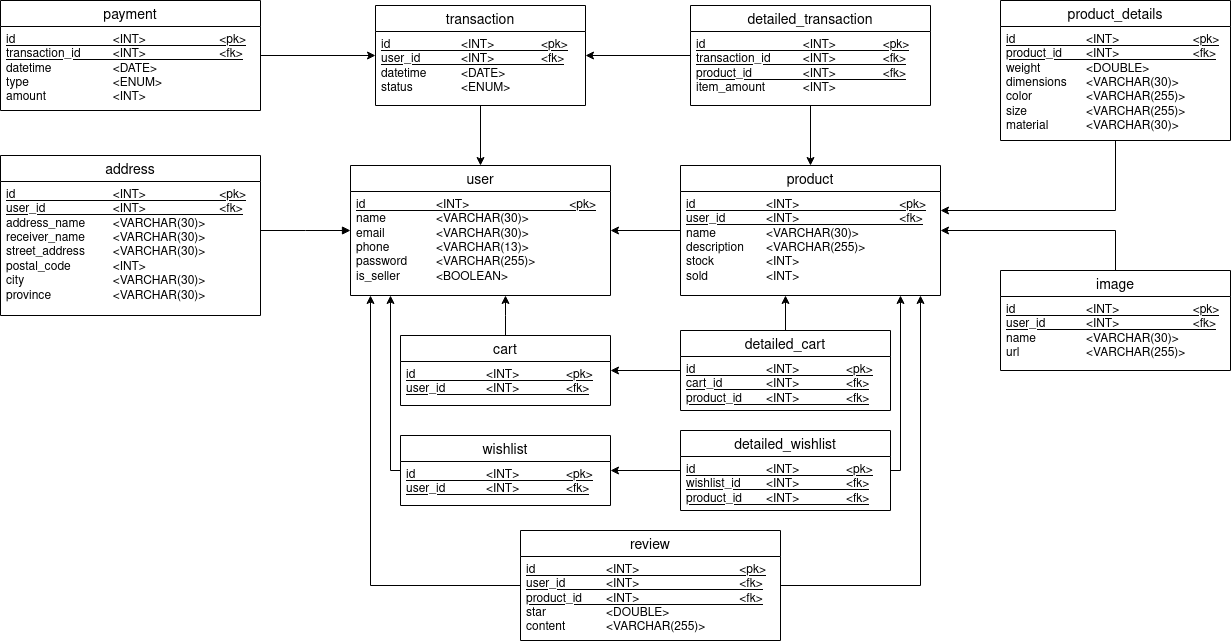
borednuna/NusantaraStore051_BE keeps this draw.io diagram as img/NusantaraStore051_PDM.drawio.png. Above is the earlier version. Source tidied: cells renumbered, new cells last; positions are measured from the earlier drawing's top-left corner, leaving out a move shared by most shapes.
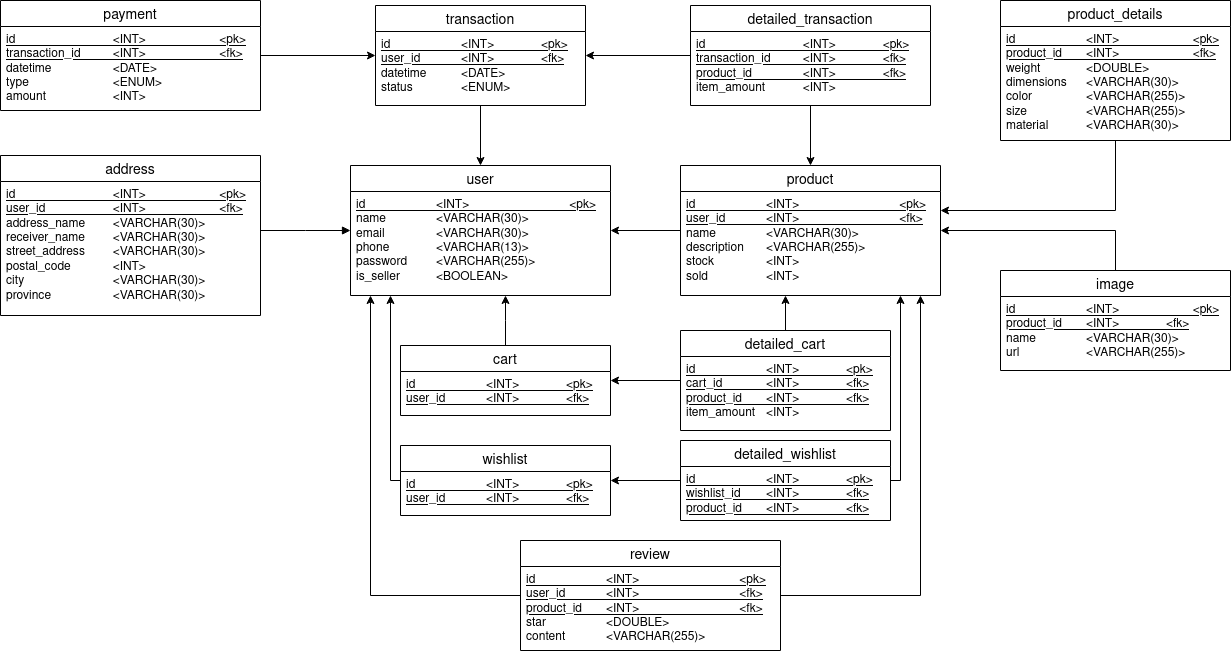
The same file after the commit.

What changed in the source:
```diff
@@ -72,7 +72,7 @@
     <mxCell id="23" value="image" style="swimlane;fontStyle=0;horizontal=1;startSize=26;align=center;fontSize=14;" parent="1" vertex="1">
       <mxGeometry x="1000" y="270" width="230" height="100" as="geometry" />
     </mxCell>
-    <mxCell id="24" value="&lt;div&gt;&lt;u&gt;id&lt;span style=&quot;white-space: pre;&quot;&gt;&#9;&lt;/span&gt;&lt;span style=&quot;white-space: pre;&quot;&gt;&#9;&lt;/span&gt;&lt;span style=&quot;white-space: pre;&quot;&gt;&#9;&lt;/span&gt;&amp;lt;INT&amp;gt;&lt;span style=&quot;white-space: pre;&quot;&gt;&#9;&lt;/span&gt;&lt;span style=&quot;white-space: pre;&quot;&gt;&#9;&lt;/span&gt;&lt;span style=&quot;white-space: pre;&quot;&gt;&#9;&lt;/span&gt;&amp;lt;pk&amp;gt;&lt;/u&gt;&lt;/div&gt;&lt;div&gt;&lt;u&gt;user_id&lt;span style=&quot;white-space: pre;&quot;&gt;&#9;&lt;/span&gt;&lt;span style=&quot;white-space: pre;&quot;&gt;&#9;&lt;/span&gt;&amp;lt;INT&amp;gt;&lt;span style=&quot;white-space: pre;&quot;&gt;&#9;&lt;/span&gt;&lt;span style=&quot;white-space: pre;&quot;&gt;&#9;&lt;/span&gt;&lt;span style=&quot;white-space: pre;&quot;&gt;&#9;&lt;/span&gt;&amp;lt;fk&amp;gt;&lt;/u&gt;&lt;/div&gt;&lt;div&gt;name&lt;span style=&quot;white-space: pre;&quot;&gt;&#9;&lt;/span&gt;&lt;span style=&quot;white-space: pre;&quot;&gt;&#9;&lt;/span&gt;&amp;lt;VARCHAR(30)&amp;gt;&lt;/div&gt;&lt;div&gt;url&lt;span style=&quot;white-space: pre;&quot;&gt;&#9;&lt;/span&gt;&lt;span style=&quot;white-space: pre;&quot;&gt;&#9;&lt;/span&gt;&lt;span style=&quot;white-space: pre;&quot;&gt;&#9;&lt;/span&gt;&amp;lt;VARCHAR(255)&amp;gt;&lt;br&gt;&lt;/div&gt;" style="text;strokeColor=none;fillColor=none;spacingLeft=4;spacingRight=4;overflow=hidden;fontSize=12;whiteSpace=wrap;html=1;" parent="23" vertex="1">
+    <mxCell id="24" value="&lt;div&gt;&lt;u&gt;id&lt;span style=&quot;white-space: pre;&quot;&gt;&#9;&lt;/span&gt;&lt;span style=&quot;white-space: pre;&quot;&gt;&#9;&lt;/span&gt;&lt;span style=&quot;white-space: pre;&quot;&gt;&#9;&lt;/span&gt;&amp;lt;INT&amp;gt;&lt;span style=&quot;white-space: pre;&quot;&gt;&#9;&lt;/span&gt;&lt;span style=&quot;white-space: pre;&quot;&gt;&#9;&lt;/span&gt;&lt;span style=&quot;white-space: pre;&quot;&gt;&#9;&lt;/span&gt;&amp;lt;pk&amp;gt;&lt;/u&gt;&lt;/div&gt;&lt;div&gt;&lt;u&gt;product_id&lt;span style=&quot;white-space: pre;&quot;&gt;&#9;&lt;/span&gt;&amp;lt;INT&amp;gt;&lt;span style=&quot;white-space: pre;&quot;&gt;&#9;&lt;/span&gt;&lt;span style=&quot;white-space: pre;&quot;&gt;&#9;&lt;/span&gt;&amp;lt;fk&amp;gt;&lt;/u&gt;&lt;/div&gt;&lt;div&gt;name&lt;span style=&quot;white-space: pre;&quot;&gt;&#9;&lt;/span&gt;&lt;span style=&quot;white-space: pre;&quot;&gt;&#9;&lt;/span&gt;&amp;lt;VARCHAR(30)&amp;gt;&lt;/div&gt;&lt;div&gt;url&lt;span style=&quot;white-space: pre;&quot;&gt;&#9;&lt;/span&gt;&lt;span style=&quot;white-space: pre;&quot;&gt;&#9;&lt;/span&gt;&lt;span style=&quot;white-space: pre;&quot;&gt;&#9;&lt;/span&gt;&amp;lt;VARCHAR(255)&amp;gt;&lt;br&gt;&lt;/div&gt;" style="text;strokeColor=none;fillColor=none;spacingLeft=4;spacingRight=4;overflow=hidden;fontSize=12;whiteSpace=wrap;html=1;" parent="23" vertex="1">
       <mxGeometry y="26" width="230" height="74" as="geometry" />
     </mxCell>
     <mxCell id="25" style="endArrow=classic;html=1;rounded=0;edgeStyle=orthogonalEdgeStyle;" parent="1" edge="1" source="23" target="13">
@@ -83,16 +83,16 @@
       </mxGeometry>
     </mxCell>
     <mxCell id="26" value="cart" style="swimlane;fontStyle=0;horizontal=1;startSize=26;align=center;fontSize=14;" parent="1" vertex="1">
-      <mxGeometry x="400" y="335" width="210" height="70" as="geometry" />
+      <mxGeometry x="400" y="345" width="210" height="70" as="geometry" />
     </mxCell>
     <mxCell id="27" value="&lt;div&gt;&lt;u&gt;id&lt;span style=&quot;white-space: pre;&quot;&gt;&#9;&lt;/span&gt;&lt;span style=&quot;white-space: pre;&quot;&gt;&#9;&lt;/span&gt;&lt;span style=&quot;white-space: pre;&quot;&gt;&#9;&lt;/span&gt;&amp;lt;INT&amp;gt;&lt;span style=&quot;white-space: pre;&quot;&gt;&#9;&lt;/span&gt;&lt;span style=&quot;white-space: pre;&quot;&gt;&#9;&lt;/span&gt;&amp;lt;pk&amp;gt;&lt;/u&gt;&lt;/div&gt;&lt;u&gt;user_id&lt;span style=&quot;white-space: pre;&quot;&gt;&#9;&lt;span style=&quot;white-space: pre;&quot;&gt;&#9;&lt;/span&gt;&amp;lt;INT&amp;gt;&lt;span style=&quot;white-space: pre;&quot;&gt;&#9;&lt;/span&gt;&lt;span style=&quot;white-space: pre;&quot;&gt;&#9;&lt;/span&gt;&amp;lt;fk&amp;gt;&lt;/span&gt;&lt;/u&gt;" style="text;strokeColor=none;fillColor=none;spacingLeft=4;spacingRight=4;overflow=hidden;fontSize=12;whiteSpace=wrap;html=1;" parent="26" vertex="1">
       <mxGeometry y="26" width="210" height="44" as="geometry" />
     </mxCell>
     <mxCell id="28" value="detailed_cart" style="swimlane;fontStyle=0;horizontal=1;startSize=26;align=center;fontSize=14;" parent="1" vertex="1">
-      <mxGeometry x="680" y="330" width="210" height="80" as="geometry" />
+      <mxGeometry x="680" y="330" width="210" height="100" as="geometry" />
     </mxCell>
-    <mxCell id="29" value="&lt;div&gt;&lt;u&gt;id&lt;span style=&quot;white-space: pre;&quot;&gt;&#9;&lt;/span&gt;&lt;span style=&quot;white-space: pre;&quot;&gt;&#9;&lt;/span&gt;&lt;span style=&quot;white-space: pre;&quot;&gt;&#9;&lt;/span&gt;&amp;lt;INT&amp;gt;&lt;span style=&quot;white-space: pre;&quot;&gt;&#9;&lt;/span&gt;&lt;span style=&quot;white-space: pre;&quot;&gt;&#9;&lt;/span&gt;&amp;lt;pk&amp;gt;&lt;/u&gt;&lt;/div&gt;&lt;div&gt;&lt;u&gt;cart_id&lt;span style=&quot;white-space: pre;&quot;&gt;&#9;&lt;/span&gt;&lt;span style=&quot;white-space: pre;&quot;&gt;&#9;&lt;/span&gt;&amp;lt;INT&amp;gt;&lt;span style=&quot;white-space: pre;&quot;&gt;&#9;&lt;/span&gt;&lt;span style=&quot;white-space: pre;&quot;&gt;&#9;&lt;/span&gt;&amp;lt;fk&amp;gt;&lt;/u&gt;&lt;/div&gt;&lt;div&gt;&lt;u&gt;product_id&lt;span style=&quot;white-space: pre;&quot;&gt;&#9;&lt;/span&gt;&amp;lt;INT&amp;gt;&lt;span style=&quot;white-space: pre;&quot;&gt;&#9;&lt;/span&gt;&lt;span style=&quot;white-space: pre;&quot;&gt;&#9;&lt;/span&gt;&amp;lt;fk&amp;gt;&lt;br&gt;&lt;/u&gt;&lt;/div&gt;" style="text;strokeColor=none;fillColor=none;spacingLeft=4;spacingRight=4;overflow=hidden;fontSize=12;whiteSpace=wrap;html=1;" parent="28" vertex="1">
-      <mxGeometry y="26" width="210" height="54" as="geometry" />
+    <mxCell id="29" value="&lt;div&gt;&lt;u&gt;id&lt;span style=&quot;white-space: pre;&quot;&gt;&#9;&lt;/span&gt;&lt;span style=&quot;white-space: pre;&quot;&gt;&#9;&lt;/span&gt;&lt;span style=&quot;white-space: pre;&quot;&gt;&#9;&lt;/span&gt;&amp;lt;INT&amp;gt;&lt;span style=&quot;white-space: pre;&quot;&gt;&#9;&lt;/span&gt;&lt;span style=&quot;white-space: pre;&quot;&gt;&#9;&lt;/span&gt;&amp;lt;pk&amp;gt;&lt;/u&gt;&lt;/div&gt;&lt;div&gt;&lt;u&gt;cart_id&lt;span style=&quot;white-space: pre;&quot;&gt;&#9;&lt;/span&gt;&lt;span style=&quot;white-space: pre;&quot;&gt;&#9;&lt;/span&gt;&amp;lt;INT&amp;gt;&lt;span style=&quot;white-space: pre;&quot;&gt;&#9;&lt;/span&gt;&lt;span style=&quot;white-space: pre;&quot;&gt;&#9;&lt;/span&gt;&amp;lt;fk&amp;gt;&lt;/u&gt;&lt;/div&gt;&lt;div&gt;&lt;u&gt;product_id&lt;span style=&quot;white-space: pre;&quot;&gt;&#9;&lt;/span&gt;&amp;lt;INT&amp;gt;&lt;span style=&quot;white-space: pre;&quot;&gt;&#9;&lt;/span&gt;&lt;span style=&quot;white-space: pre;&quot;&gt;&#9;&lt;/span&gt;&amp;lt;fk&amp;gt;&lt;br&gt;&lt;/u&gt;&lt;/div&gt;&lt;div&gt;item_amount&lt;span style=&quot;white-space: pre;&quot;&gt;&#9;&lt;/span&gt;&amp;lt;INT&amp;gt;&lt;u&gt;&lt;br&gt;&lt;/u&gt;&lt;/div&gt;" style="text;strokeColor=none;fillColor=none;spacingLeft=4;spacingRight=4;overflow=hidden;fontSize=12;whiteSpace=wrap;html=1;" parent="28" vertex="1">
+      <mxGeometry y="26" width="210" height="74" as="geometry" />
     </mxCell>
     <mxCell id="30" style="endArrow=classic;html=1;rounded=0;edgeStyle=elbowEdgeStyle;" parent="1" edge="1" source="26" target="2">
       <mxGeometry relative="1" as="geometry" />
@@ -104,7 +104,7 @@
       <mxGeometry relative="1" as="geometry" />
     </mxCell>
     <mxCell id="33" value="wishlist" style="swimlane;fontStyle=0;horizontal=1;startSize=26;align=center;fontSize=14;" parent="1" vertex="1">
-      <mxGeometry x="400" y="435" width="210" height="70" as="geometry" />
+      <mxGeometry x="400" y="445" width="210" height="70" as="geometry" />
     </mxCell>
     <mxCell id="34" value="&lt;div&gt;&lt;u&gt;id&lt;span style=&quot;white-space: pre;&quot;&gt;&#9;&lt;/span&gt;&lt;span style=&quot;white-space: pre;&quot;&gt;&#9;&lt;/span&gt;&lt;span style=&quot;white-space: pre;&quot;&gt;&#9;&lt;/span&gt;&amp;lt;INT&amp;gt;&lt;span style=&quot;white-space: pre;&quot;&gt;&#9;&lt;/span&gt;&lt;span style=&quot;white-space: pre;&quot;&gt;&#9;&lt;/span&gt;&amp;lt;pk&amp;gt;&lt;/u&gt;&lt;/div&gt;&lt;u&gt;user_id&lt;span style=&quot;white-space: pre;&quot;&gt;&#9;&lt;span style=&quot;white-space: pre;&quot;&gt;&#9;&lt;/span&gt;&amp;lt;INT&amp;gt;&lt;span style=&quot;white-space: pre;&quot;&gt;&#9;&lt;/span&gt;&lt;span style=&quot;white-space: pre;&quot;&gt;&#9;&lt;/span&gt;&amp;lt;fk&amp;gt;&lt;/span&gt;&lt;/u&gt;" style="text;strokeColor=none;fillColor=none;spacingLeft=4;spacingRight=4;overflow=hidden;fontSize=12;whiteSpace=wrap;html=1;" parent="33" vertex="1">
       <mxGeometry y="26" width="210" height="44" as="geometry" />
@@ -118,7 +118,7 @@
       </mxGeometry>
     </mxCell>
     <mxCell id="36" value="detailed_wishlist" style="swimlane;fontStyle=0;horizontal=1;startSize=26;align=center;fontSize=14;" parent="1" vertex="1">
-      <mxGeometry x="680" y="430" width="210" height="80" as="geometry" />
+      <mxGeometry x="680" y="440" width="210" height="80" as="geometry" />
     </mxCell>
     <mxCell id="37" value="&lt;div&gt;&lt;u&gt;id&lt;span style=&quot;white-space: pre;&quot;&gt;&#9;&lt;/span&gt;&lt;span style=&quot;white-space: pre;&quot;&gt;&#9;&lt;/span&gt;&lt;span style=&quot;white-space: pre;&quot;&gt;&#9;&lt;/span&gt;&amp;lt;INT&amp;gt;&lt;span style=&quot;white-space: pre;&quot;&gt;&#9;&lt;/span&gt;&lt;span style=&quot;white-space: pre;&quot;&gt;&#9;&lt;/span&gt;&amp;lt;pk&amp;gt;&lt;/u&gt;&lt;/div&gt;&lt;div&gt;&lt;u&gt;wishlist_id&lt;span style=&quot;white-space: pre;&quot;&gt;&#9;&lt;/span&gt;&amp;lt;INT&amp;gt;&lt;span style=&quot;white-space: pre;&quot;&gt;&#9;&lt;/span&gt;&lt;span style=&quot;white-space: pre;&quot;&gt;&#9;&lt;/span&gt;&amp;lt;fk&amp;gt;&lt;/u&gt;&lt;/div&gt;&lt;div&gt;&lt;u&gt;product_id&lt;span style=&quot;white-space: pre;&quot;&gt;&#9;&lt;/span&gt;&amp;lt;INT&amp;gt;&lt;span style=&quot;white-space: pre;&quot;&gt;&#9;&lt;/span&gt;&lt;span style=&quot;white-space: pre;&quot;&gt;&#9;&lt;/span&gt;&amp;lt;fk&amp;gt;&lt;br&gt;&lt;/u&gt;&lt;/div&gt;" style="text;strokeColor=none;fillColor=none;spacingLeft=4;spacingRight=4;overflow=hidden;fontSize=12;whiteSpace=wrap;html=1;" parent="36" vertex="1">
       <mxGeometry y="26" width="210" height="54" as="geometry" />
@@ -134,7 +134,7 @@
       </mxGeometry>
     </mxCell>
     <mxCell id="40" value="review" style="swimlane;fontStyle=0;horizontal=1;startSize=26;align=center;fontSize=14;" parent="1" vertex="1">
-      <mxGeometry x="520" y="530" width="260" height="110" as="geometry" />
+      <mxGeometry x="520" y="540" width="260" height="110" as="geometry" />
     </mxCell>
     <mxCell id="41" value="&lt;div&gt;&lt;u&gt;id&lt;span style=&quot;white-space: pre;&quot;&gt;&#9;&lt;/span&gt;&lt;span style=&quot;white-space: pre;&quot;&gt;&#9;&lt;/span&gt;&lt;span style=&quot;white-space: pre;&quot;&gt;&#9;&lt;/span&gt;&amp;lt;INT&amp;gt;&lt;span style=&quot;white-space: pre;&quot;&gt;&#9;&lt;/span&gt;&lt;span style=&quot;white-space: pre;&quot;&gt;&#9;&lt;/span&gt;&lt;span style=&quot;white-space: pre;&quot;&gt;&#9;&lt;/span&gt;&lt;span style=&quot;white-space: pre;&quot;&gt;&#9;&lt;/span&gt;&amp;lt;pk&amp;gt;&lt;/u&gt;&lt;/div&gt;&lt;u&gt;user_id&lt;span style=&quot;white-space: pre;&quot;&gt;&#9;&lt;span style=&quot;white-space: pre;&quot;&gt;&#9;&lt;/span&gt;&amp;lt;INT&amp;gt;&lt;span style=&quot;white-space: pre;&quot;&gt;&#9;&lt;/span&gt;&lt;span style=&quot;white-space: pre;&quot;&gt;&#9;&lt;/span&gt;&lt;span style=&quot;white-space: pre;&quot;&gt;&#9;&lt;/span&gt;&lt;span style=&quot;white-space: pre;&quot;&gt;&#9;&lt;/span&gt;&amp;lt;fk&amp;gt;&lt;br/&gt;product_id&lt;span style=&quot;white-space: pre;&quot;&gt;&#9;&lt;/span&gt;&amp;lt;INT&amp;gt;&lt;span style=&quot;white-space: pre;&quot;&gt;&#9;&lt;/span&gt;&lt;span style=&quot;white-space: pre;&quot;&gt;&#9;&lt;/span&gt;&lt;span style=&quot;white-space: pre;&quot;&gt;&#9;&lt;/span&gt;&lt;span style=&quot;white-space: pre;&quot;&gt;&#9;&lt;/span&gt;&amp;lt;fk&amp;gt;&lt;br/&gt;&lt;/span&gt;&lt;/u&gt;&lt;span style=&quot;white-space: pre;&quot;&gt;star&lt;span style=&quot;white-space: pre;&quot;&gt;&#9;&lt;/span&gt;&lt;span style=&quot;white-space: pre;&quot;&gt;&#9;&lt;/span&gt;&lt;span style=&quot;white-space: pre;&quot;&gt;&#9;&lt;/span&gt;&amp;lt;DOUBLE&amp;gt;&lt;br/&gt;content&lt;span style=&quot;white-space: pre;&quot;&gt;&#9;&lt;/span&gt;&lt;span style=&quot;white-space: pre;&quot;&gt;&#9;&lt;/span&gt;&amp;lt;VARCHAR(255)&amp;gt;&lt;br&gt;&lt;/span&gt;" style="text;strokeColor=none;fillColor=none;spacingLeft=4;spacingRight=4;overflow=hidden;fontSize=12;whiteSpace=wrap;html=1;" parent="40" vertex="1">
       <mxGeometry y="26" width="260" height="84" as="geometry" />
```
